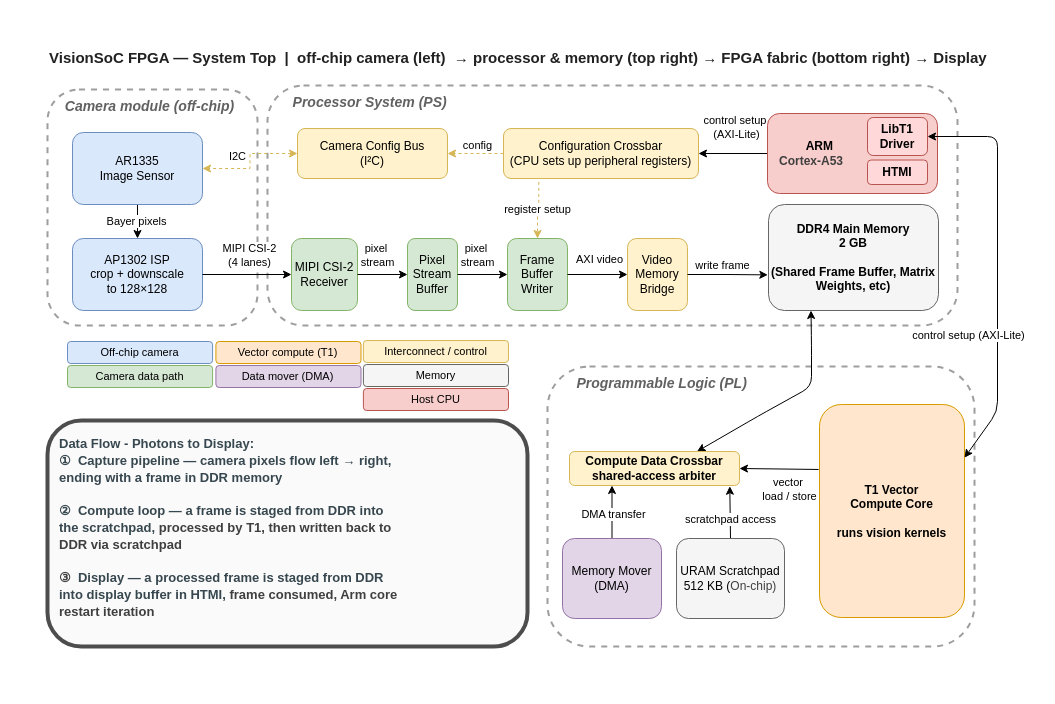
Before: fyp_diagram/selected/fpga_system_top_t1style_v4.drawio in bontang828/VisionSoC, a draw.io diagram. Source tidied: cells renumbered, new cells numbered last; positions are measured from the earlier drawing's top-left corner, leaving out a move shared by most shapes. Both pictures are drawn from the tidied source at 100%, with x=0, y=0 at pixel (47, 45).
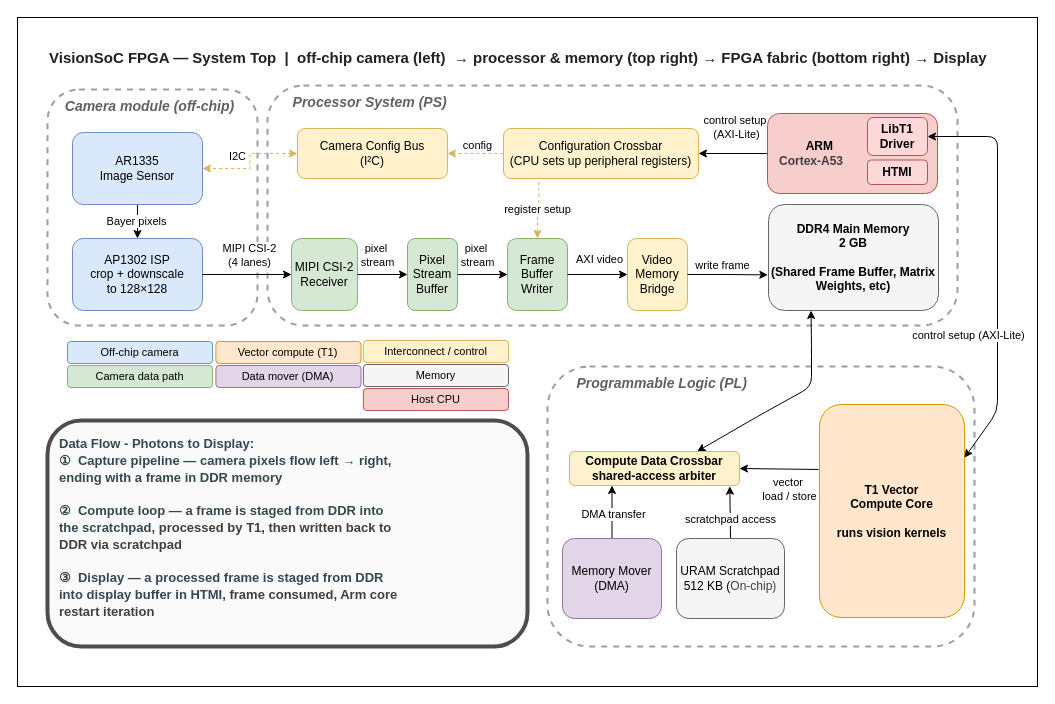
The same page after the edit.

Change to the diagram source:
```diff
@@
+    <mxCell id="52" style="rounded=0;whiteSpace=wrap;html=1;" parent="1" vertex="1">
+      <mxGeometry x="-30" y="-28" width="1020" height="669" as="geometry" />
+    </mxCell>
```
